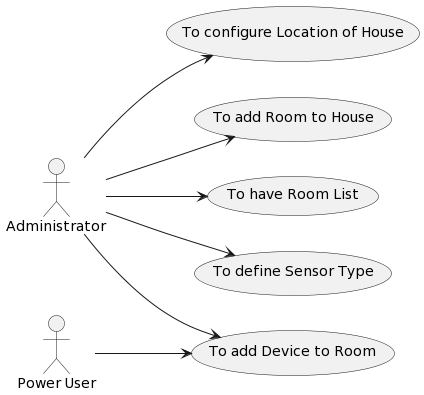
Above: docs/useCases/UseCases.png in zepedrorodrigues/ExerciciosSwitch (PlantUML), before the change. Its diagram source:
```plantuml
@startuml
left to right direction
skinparam ranksep 0
skinparam nodesep 0

actor Administrator
actor "Power User" as PUser
usecase UC1 as "To configure Location of House"
usecase UC2 as "To add Room to House"
usecase UC3 as "To have Room List"
usecase UC5 as "To add Device to Room"
Administrator --> UC1
Administrator --> UC2
Administrator --> UC3
usecase UC4 as "To define Sensor Type"
Administrator --> UC4
Administrator --> UC5
PUser --> UC5
@enduml
```
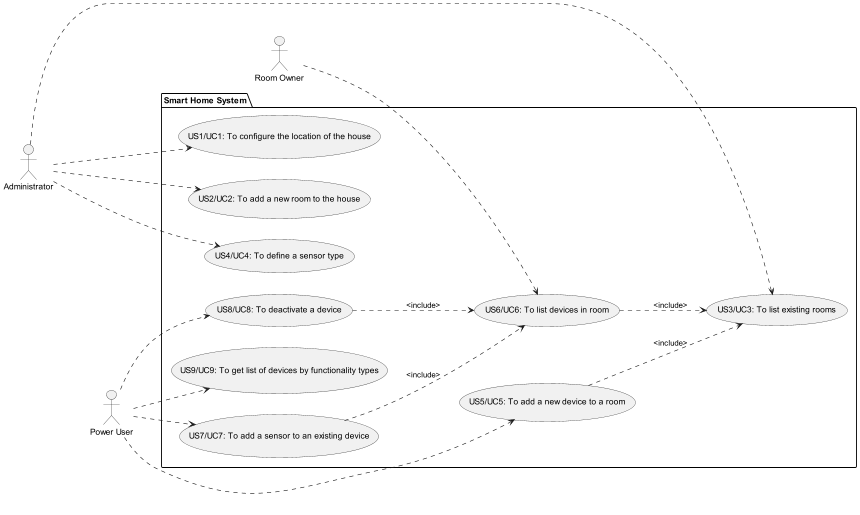
The same diagram one commit later.

The edit, as a diff of the source:
```diff
@@ -1,19 +1,38 @@
 @startuml
+
 left to right direction
-skinparam ranksep 0
-skinparam nodesep 0
 
-actor Administrator
-actor "Power User" as PUser
-usecase UC1 as "To configure Location of House"
-usecase UC2 as "To add Room to House"
-usecase UC3 as "To have Room List"
-usecase UC5 as "To add Device to Room"
-Administrator --> UC1
-Administrator --> UC2
-Administrator --> UC3
-usecase UC4 as "To define Sensor Type"
-Administrator --> UC4
-Administrator --> UC5
-PUser --> UC5
+actor Administrator as admin
+actor "Power User" as pu
+actor "Room Owner" as ro
+
+package "Smart Home System"{
+
+usecase UC1 as "US1/UC1: To configure the location of the house"
+usecase UC2 as "US2/UC2: To add a new room to the house"
+usecase UC3 as "US3/UC3: To list existing rooms"
+usecase UC4 as "US4/UC4: To define a sensor type"
+usecase UC5 as "US5/UC5: To add a new device to a room"
+usecase UC6 as "US6/UC6: To list devices in room"
+usecase UC7 as "US7/UC7: To add a sensor to an existing device"
+usecase UC8 as "US8/UC8: To deactivate a device"
+usecase UC9 as "US9/UC9: To get list of devices by functionality types"
+
+admin ...> UC1
+admin ...> UC2
+admin ...> UC3
+admin ...> UC4
+pu ..> UC5
+ro ..> UC6
+pu ..> UC7
+pu ..> UC8
+pu ..> UC9
+
+UC5 ..> UC3 : <include>
+UC6 ..> UC3 : <include>
+UC7 ..> UC6 : <include>
+UC8 ..> UC6  : <include>
+
+}
+
 @enduml
```
